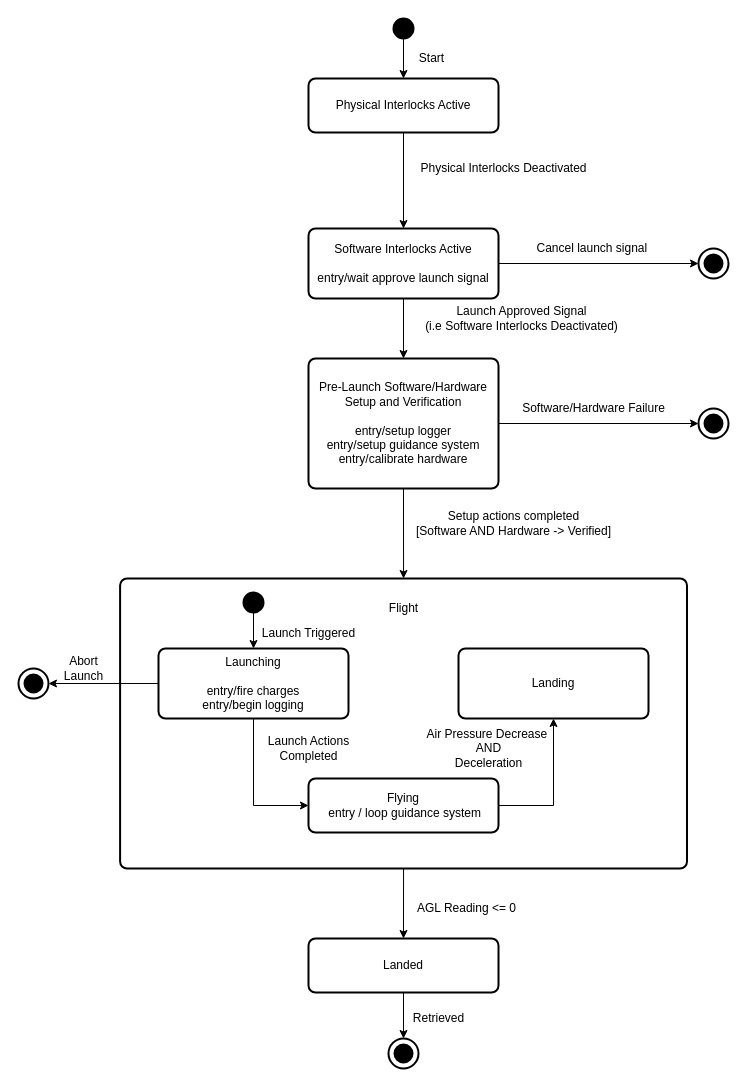
The draw.io diagram architecture_design/software_architecture/Draw_IO/rocket-states-diagram.drawio in scottzach1/Project-Beans, before the edit. Source tidied: cells renumbered, new cells numbered last; positions are measured from the earlier drawing's top-left corner, leaving out a move shared by most shapes. Both pictures are drawn from the tidied source at 100%, with x=0, y=0 at pixel (18, 18).
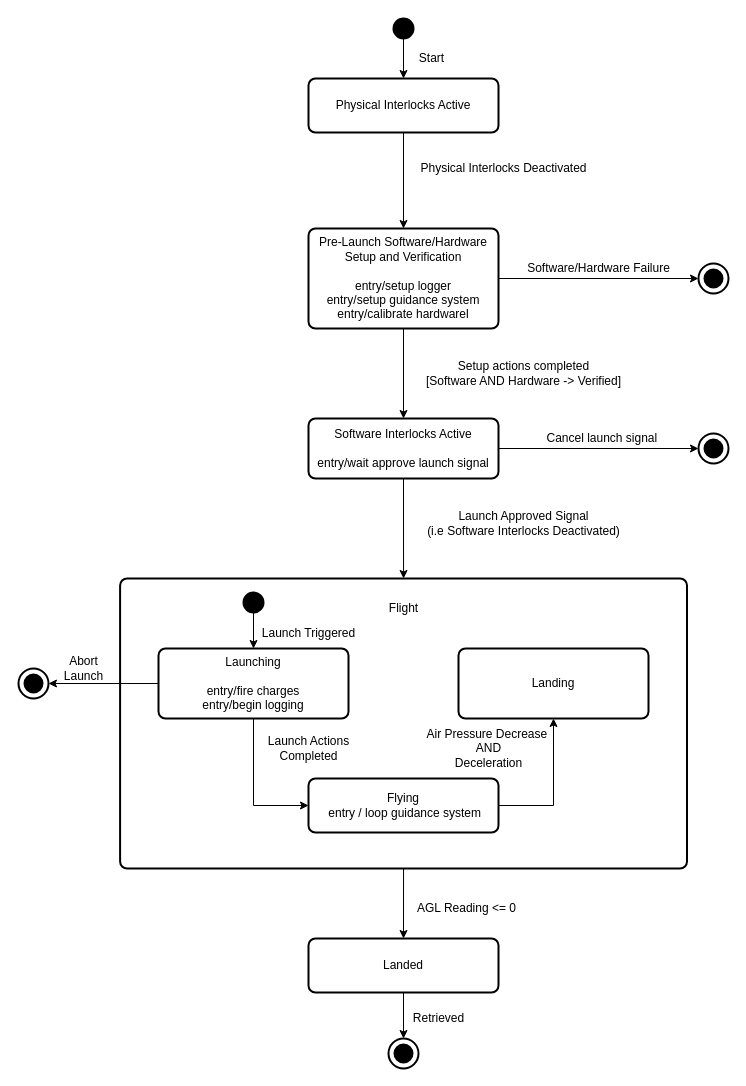
Above is the later version.

The edit, as a diff of the source:
```diff
@@
     <mxCell id="2" style="group;" parent="1" vertex="1">
-      <mxGeometry x="680" y="230" width="30" height="30" as="geometry" />
+      <mxGeometry x="680" y="245" width="30" height="30" as="geometry" />
     </mxCell>
@@
-    <mxCell id="12" value="Software Interlocks Active&lt;br&gt;&lt;br&gt;entry/wait approve launch signal" style="rounded=1;whiteSpace=wrap;html=1;absoluteArcSize=1;arcSize=14;strokeWidth=2;fillColor=#FFFFFF;" parent="1" vertex="1">
-      <mxGeometry x="290" y="210" width="190" height="70" as="geometry" />
+    <mxCell id="12" value="Pre-Launch Software/Hardware Setup and Verification&lt;br&gt;&lt;br&gt;entry/setup logger&lt;br&gt;entry/setup guidance system&lt;br&gt;entry/calibrate hardwarel" style="rounded=1;whiteSpace=wrap;html=1;absoluteArcSize=1;arcSize=14;strokeWidth=2;fillColor=#FFFFFF;" parent="1" vertex="1">
+      <mxGeometry x="290" y="210" width="190" height="100" as="geometry" />
     </mxCell>
@@
-    <mxCell id="15" value="Pre-Launch Software/Hardware Setup and Verification&lt;br&gt;&lt;br&gt;entry/setup logger&lt;br&gt;entry/setup guidance system&lt;br&gt;entry/calibrate hardware" style="rounded=1;whiteSpace=wrap;html=1;absoluteArcSize=1;arcSize=14;strokeWidth=2;fillColor=#FFFFFF;" parent="1" vertex="1">
-      <mxGeometry x="290" y="340" width="190" height="130" as="geometry" />
+    <mxCell id="15" value="Software Interlocks Active&lt;br&gt;&lt;br&gt;entry/wait approve launch signal" style="rounded=1;whiteSpace=wrap;html=1;absoluteArcSize=1;arcSize=14;strokeWidth=2;fillColor=#FFFFFF;" parent="1" vertex="1">
+      <mxGeometry x="290" y="400" width="190" height="60" as="geometry" />
     </mxCell>
@@
     <mxCell id="17" value="Cancel launch signal&amp;nbsp;" style="text;html=1;align=center;verticalAlign=middle;" parent="1" vertex="1">
-      <mxGeometry x="510" y="220" width="130" height="20" as="geometry" />
+      <mxGeometry x="520" y="410" width="130" height="20" as="geometry" />
     </mxCell>
     <mxCell id="18" value="Launch Approved Signal&lt;br&gt;(i.e Software Interlocks Deactivated)" style="text;html=1;align=center;verticalAlign=middle;" parent="1" vertex="1">
-      <mxGeometry x="398" y="285" width="210" height="30" as="geometry" />
+      <mxGeometry x="400" y="490" width="210" height="30" as="geometry" />
     </mxCell>
     <mxCell id="19" style="group;" parent="1" vertex="1">
-      <mxGeometry x="680" y="390" width="30" height="30" as="geometry" />
+      <mxGeometry x="680" y="415" width="30" height="30" as="geometry" />
     </mxCell>
@@
     <mxCell id="22" value="Software/Hardware Failure" style="text;html=1;align=center;verticalAlign=middle;" parent="1" vertex="1">
-      <mxGeometry x="495" y="380" width="160" height="20" as="geometry" />
+      <mxGeometry x="500" y="240" width="160" height="20" as="geometry" />
     </mxCell>
     <mxCell id="23" value="Setup actions completed &lt;br&gt;[Software AND Hardware -&amp;gt; Verified]" style="text;html=1;align=center;verticalAlign=middle;" parent="1" vertex="1">
-      <mxGeometry x="390" y="490" width="210" height="30" as="geometry" />
+      <mxGeometry x="400" y="340" width="210" height="30" as="geometry" />
     </mxCell>
```
